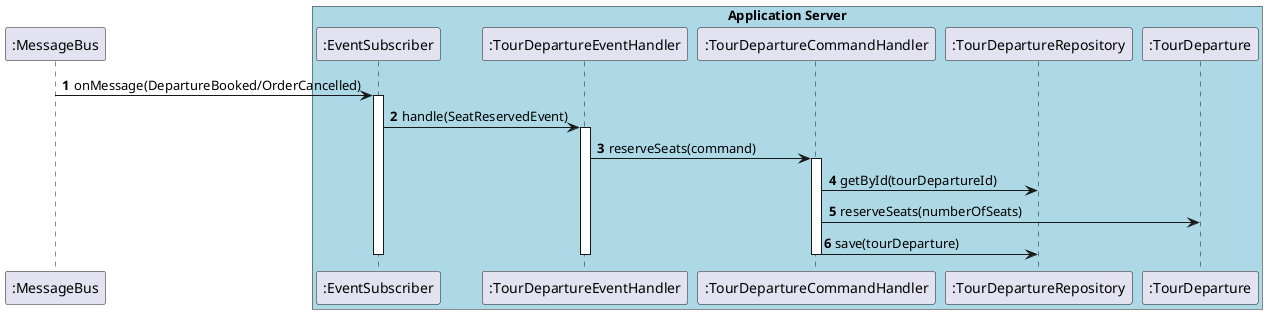
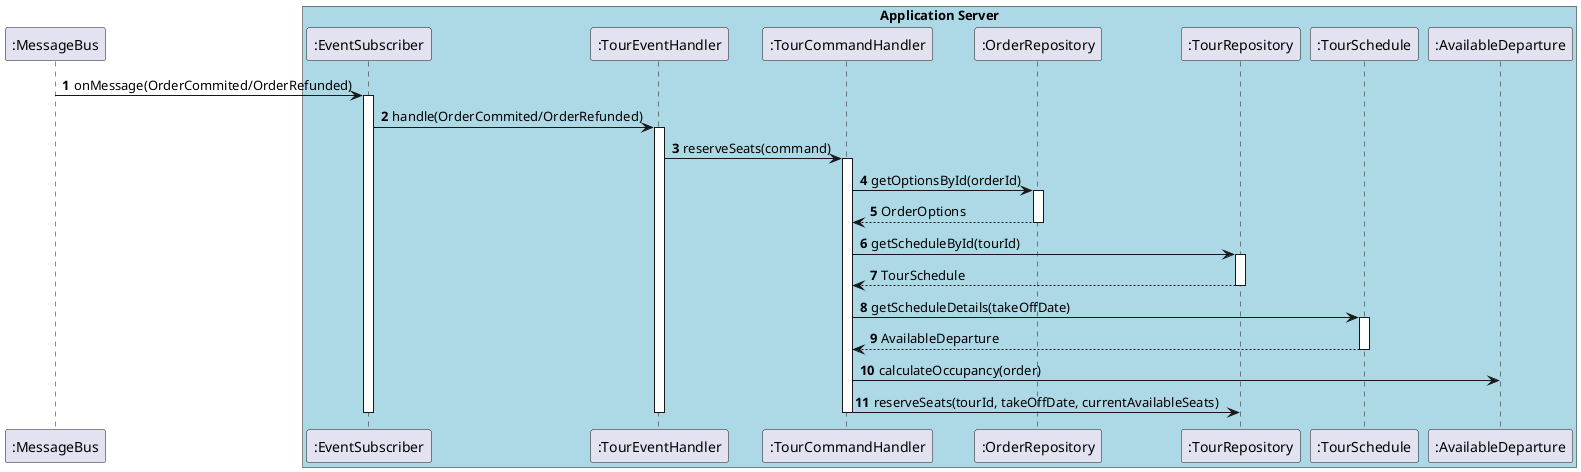
@startuml

autonumber

participant ":MessageBus" as messageBus
box "Application Server" #LightBlue
    participant ":EventSubscriber" as subscriber
-     participant ":TourDepartureEventHandler" as eventHandler
-     participant ":TourDepartureCommandHandler" as commandHandler
-     participant ":TourDepartureRepository" as repository
-     participant ":TourDeparture" as tourDeparture
+     participant ":TourEventHandler" as eventHandler
+     participant ":TourCommandHandler" as commandHandler
+     participant ":OrderRepository" as orderRepo
+     participant ":TourRepository" as tourRepo
+     participant ":TourSchedule" as schedule
+     participant ":AvailableDeparture" as departure
end box

- messageBus -> subscriber : onMessage(DepartureBooked/OrderCancelled)
+ messageBus -> subscriber : onMessage(OrderCommited/OrderRefunded)
activate subscriber

- subscriber -> eventHandler : handle(SeatReservedEvent)
+ subscriber -> eventHandler : handle(OrderCommited/OrderRefunded)
activate eventHandler

eventHandler -> commandHandler : reserveSeats(command)
activate commandHandler

- commandHandler -> repository : getById(tourDepartureId)
- 'activate repository
- 'repository --> commandHandler : tourDeparture
- 'deactivate repository
+ commandHandler -> orderRepo : getOptionsById(orderId)
+ activate orderRepo
+ orderRepo --> commandHandler : OrderOptions
+ deactivate orderRepo

- commandHandler -> tourDeparture : reserveSeats(numberOfSeats)
- 'activate tourDeparture
- 'tourDeparture --> commandHandler : success
- 'deactivate tourDeparture
+ commandHandler -> tourRepo : getScheduleById(tourId)
+ activate tourRepo
+ tourRepo --> commandHandler : TourSchedule
+ deactivate tourRepo

- commandHandler -> repository : save(tourDeparture)
+ commandHandler -> schedule : getScheduleDetails(takeOffDate)
+ activate schedule
+ schedule --> commandHandler : AvailableDeparture
+ deactivate schedule
+ 
+ commandHandler -> departure : calculateOccupancy(order)
+ commandHandler -> tourRepo : reserveSeats(tourId, takeOffDate, currentAvailableSeats)
deactivate commandHandler

deactivate eventHandler
deactivate subscriber

@enduml